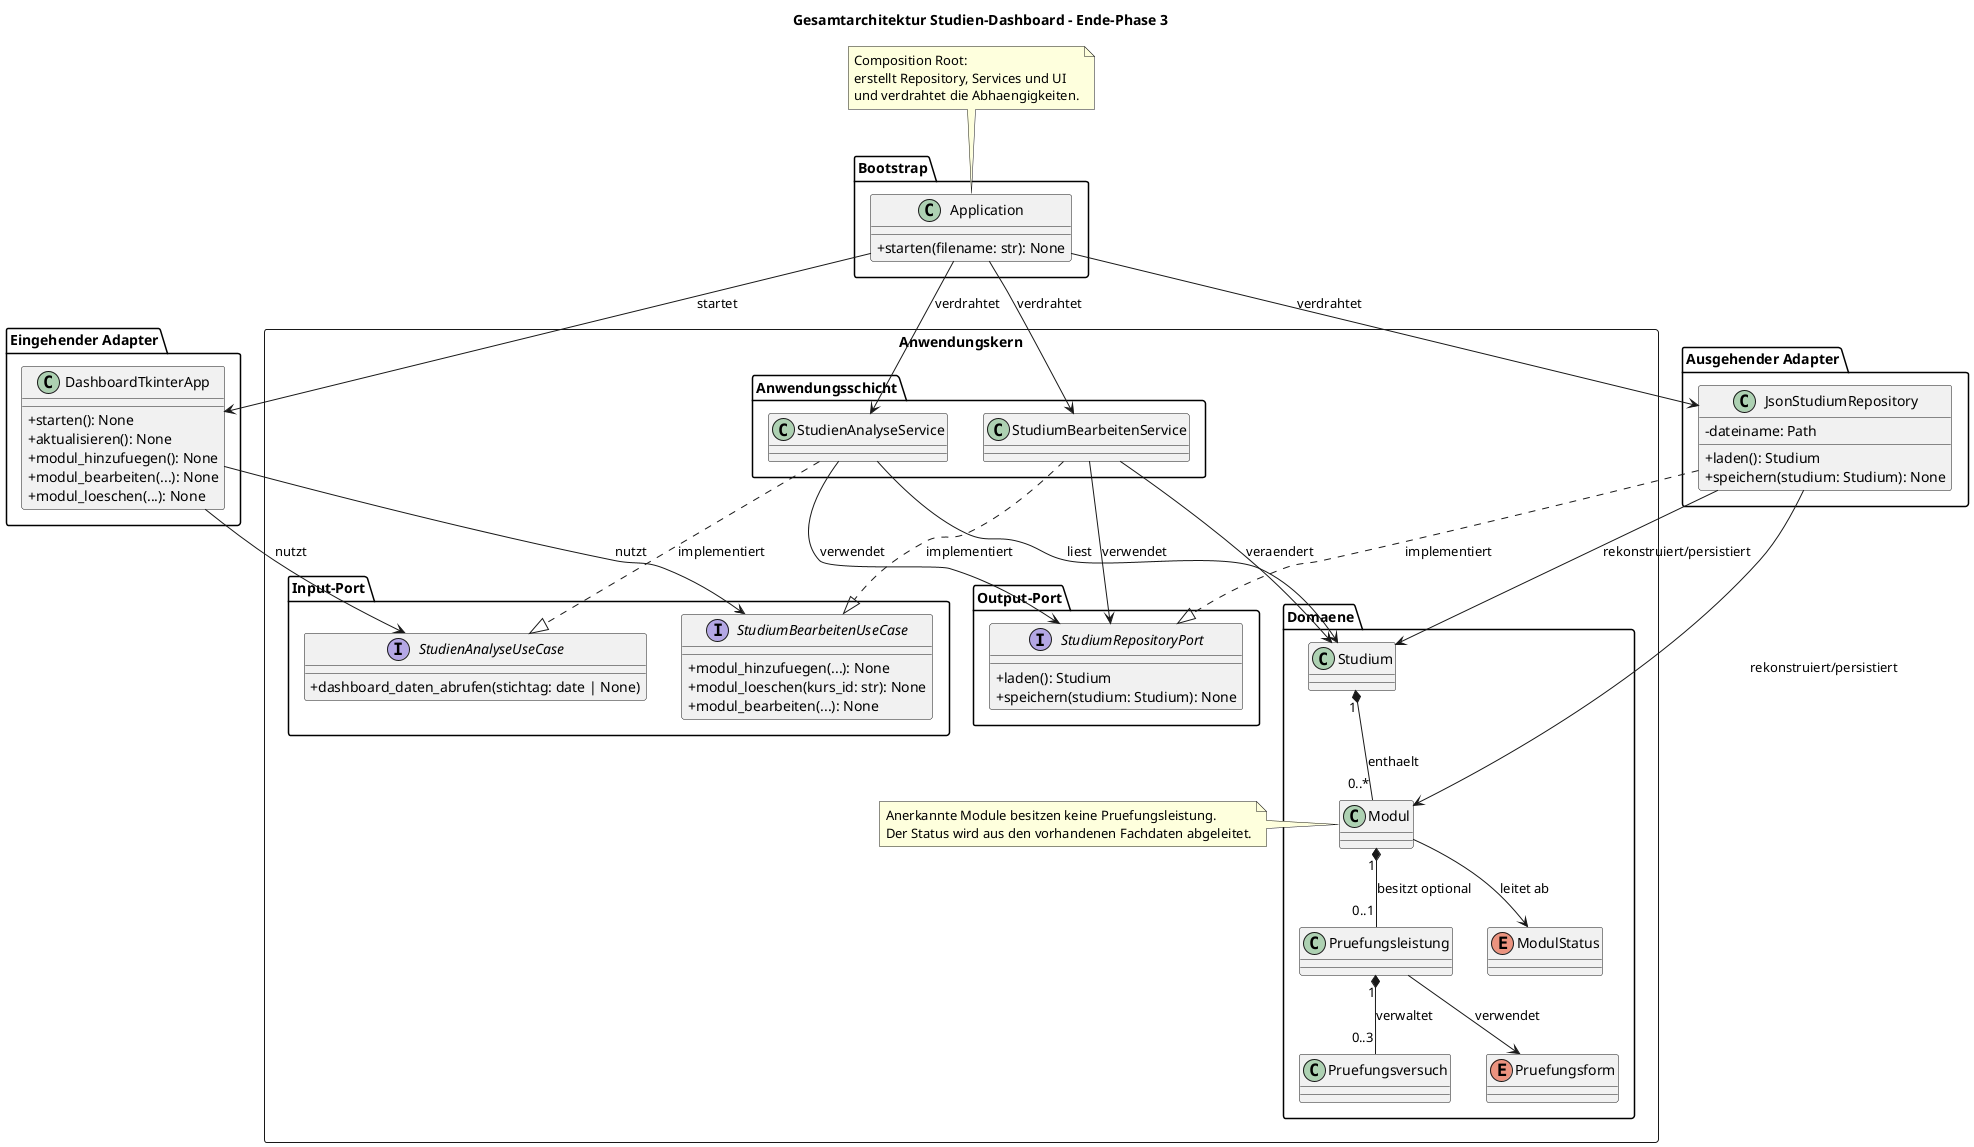
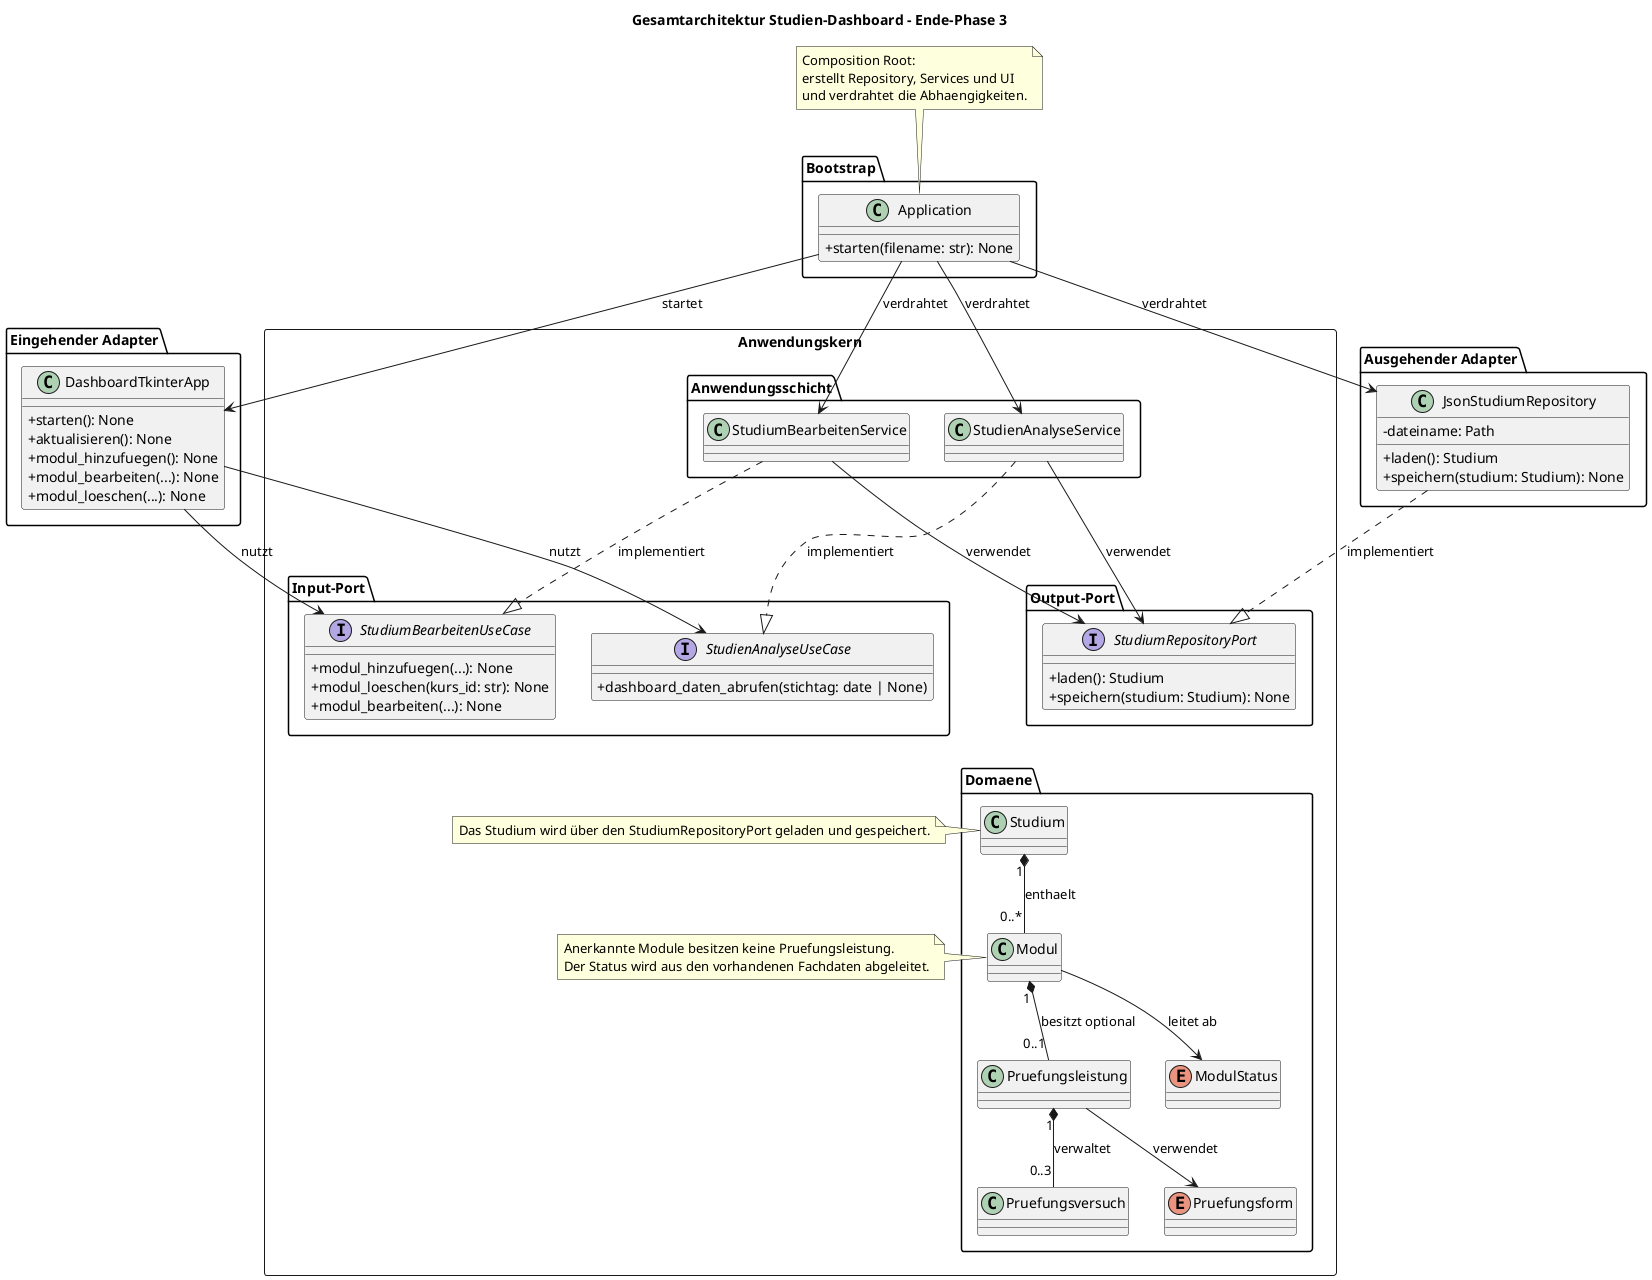
@startuml gesamtarchitektur_uml
skinparam classAttributeIconSize 0
top to bottom direction

title Gesamtarchitektur Studien-Dashboard - Ende-Phase 3

package "Bootstrap" {
  class Application {
    + starten(filename: str): None
  }
}

package "Eingehender Adapter" {
  class DashboardTkinterApp {
    + starten(): None
    + aktualisieren(): None
    + modul_hinzufuegen(): None
    + modul_bearbeiten(...): None
    + modul_loeschen(...): None
  }
}

package "Ausgehender Adapter" {
  class JsonStudiumRepository {
    - dateiname: Path
    + laden(): Studium
    + speichern(studium: Studium): None
  }
}

rectangle "Anwendungskern" {
  package "Input-Port" {
    interface StudienAnalyseUseCase {
      + dashboard_daten_abrufen(stichtag: date | None)
    }

    interface StudiumBearbeitenUseCase {
      + modul_hinzufuegen(...): None
      + modul_loeschen(kurs_id: str): None
      + modul_bearbeiten(...): None
    }
  }

  package "Anwendungsschicht" {
    class StudienAnalyseService
    class StudiumBearbeitenService
  }

  package "Output-Port" {
    interface StudiumRepositoryPort {
      + laden(): Studium
      + speichern(studium: Studium): None
    }
  }

  package "Domaene" {
    class Studium
    class Modul
    class Pruefungsleistung
    class Pruefungsversuch

    enum ModulStatus
    enum Pruefungsform
  }
-   note right of Modul
+ 
+   note left of Studium
+     Das Studium wird über den StudiumRepositoryPort geladen und gespeichert.
+   end note
+ 
+   note left of Modul
    Anerkannte Module besitzen keine Pruefungsleistung.
    Der Status wird aus den vorhandenen Fachdaten abgeleitet.
  end note

}

Application --> DashboardTkinterApp : startet
Application --> StudienAnalyseService : verdrahtet
Application --> StudiumBearbeitenService : verdrahtet
Application --> JsonStudiumRepository : verdrahtet

DashboardTkinterApp --> StudienAnalyseUseCase : nutzt
DashboardTkinterApp --> StudiumBearbeitenUseCase : nutzt

StudienAnalyseService ..|> StudienAnalyseUseCase : implementiert
StudiumBearbeitenService ..|> StudiumBearbeitenUseCase : implementiert

StudienAnalyseService --> StudiumRepositoryPort : verwendet
StudiumBearbeitenService --> StudiumRepositoryPort : verwendet
JsonStudiumRepository ..|> StudiumRepositoryPort : implementiert
- JsonStudiumRepository --> Studium : rekonstruiert/persistiert
- JsonStudiumRepository --> Modul : rekonstruiert/persistiert

- StudienAnalyseService --> Studium : liest
- StudiumBearbeitenService --> Studium : veraendert
+ StudienAnalyseService -[hidden]down-> Studium
+ StudiumBearbeitenService -[hidden]down-> Modul
+ StudiumRepositoryPort -[hidden]down-> Studium

Studium "1" *-- "0..*" Modul : enthaelt
Modul "1" *-- "0..1" Pruefungsleistung : besitzt optional
Pruefungsleistung "1" *-- "0..3" Pruefungsversuch : verwaltet

Modul --> ModulStatus : leitet ab
Pruefungsleistung --> Pruefungsform : verwendet

note top of Application
  Composition Root:
  erstellt Repository, Services und UI
  und verdrahtet die Abhaengigkeiten.
end note

@enduml
